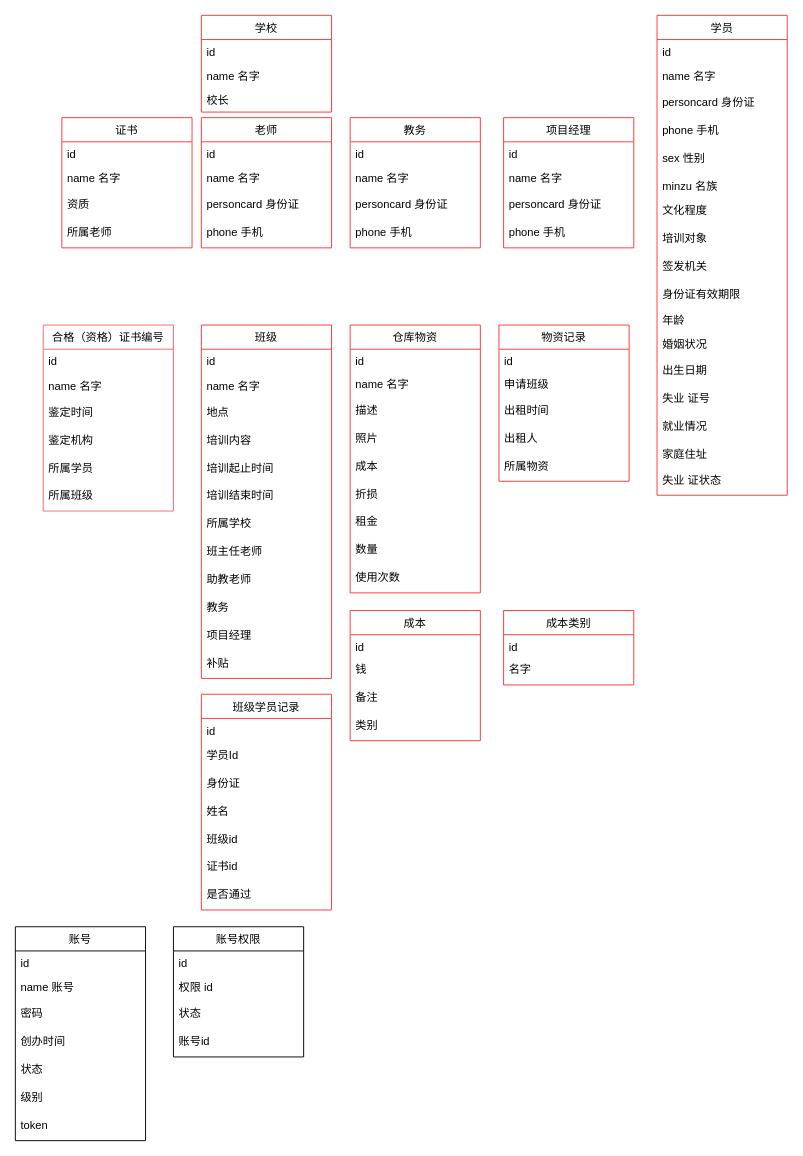
Earlier version of the draw.io diagram 学校数据关系.drawio (ayolyy/draw). Source tidied: cells renumbered, new cells numbered last; positions are measured from the earlier drawing's top-left corner, leaving out a move shared by most shapes. Both pictures are drawn from the tidied source at 93%, with x=0, y=0 at pixel (15, 15).
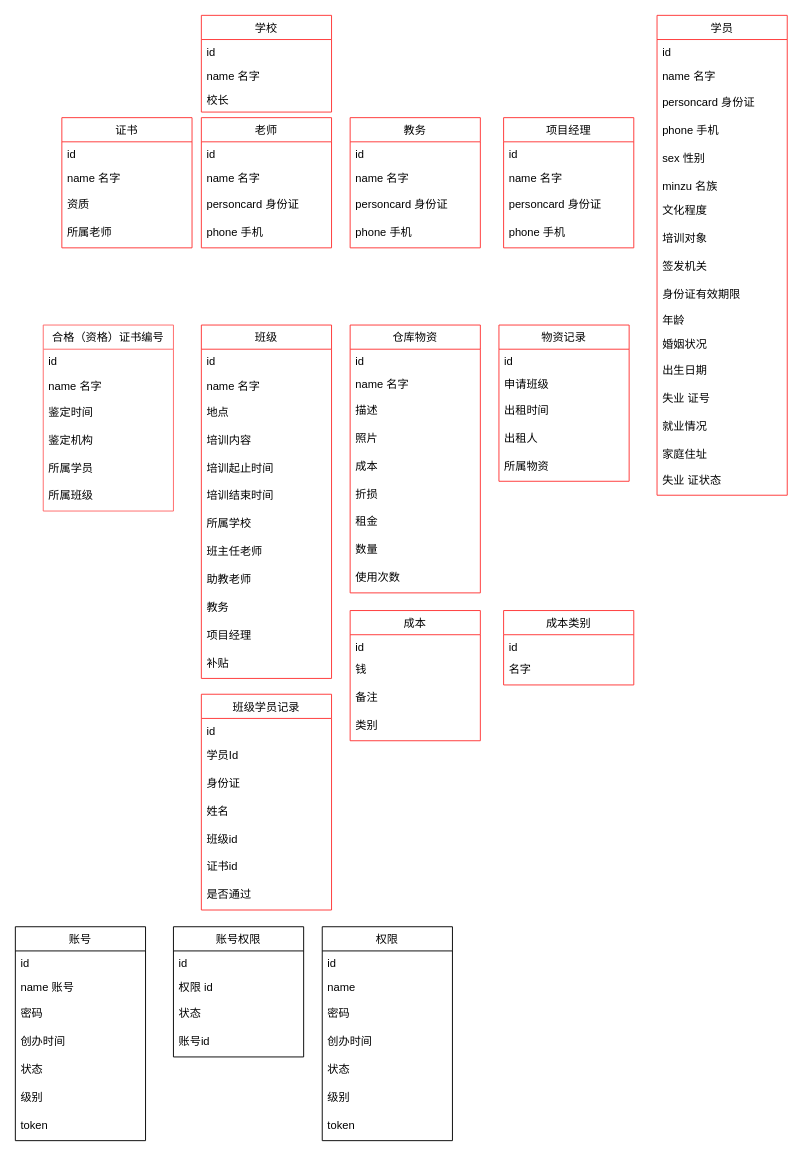
Above is the later version.

Commit message:
更新学校数据关系.drawio

Diff of the diagram source:
```diff
@@
+    <mxCell id="109" value="权限" style="swimlane;fontStyle=0;horizontal=1;startSize=26;fillColor=none;" parent="1" vertex="1">
+      <mxGeometry x="330" y="980" width="140" height="230" as="geometry" />
+    </mxCell>
+    <mxCell id="110" value="id" style="text;strokeColor=none;fillColor=none;align=left;verticalAlign=top;spacingLeft=4;spacingRight=4;overflow=hidden;" parent="109" vertex="1">
+      <mxGeometry y="26" width="140" height="26" as="geometry" />
+    </mxCell>
+    <mxCell id="111" value="name" style="text;strokeColor=none;fillColor=none;align=left;verticalAlign=top;spacingLeft=4;spacingRight=4;overflow=hidden;" parent="109" vertex="1">
+      <mxGeometry y="52" width="140" height="28" as="geometry" />
+    </mxCell>
+    <mxCell id="112" value="密码" style="text;strokeColor=none;fillColor=none;align=left;verticalAlign=top;spacingLeft=4;spacingRight=4;overflow=hidden;" parent="109" vertex="1">
+      <mxGeometry y="80" width="140" height="30" as="geometry" />
+    </mxCell>
+    <mxCell id="113" value="创办时间" style="text;strokeColor=none;fillColor=none;align=left;verticalAlign=top;spacingLeft=4;spacingRight=4;overflow=hidden;" parent="109" vertex="1">
+      <mxGeometry y="110" width="140" height="30" as="geometry" />
+    </mxCell>
+    <mxCell id="114" value="状态" style="text;strokeColor=none;fillColor=none;align=left;verticalAlign=top;spacingLeft=4;spacingRight=4;overflow=hidden;" parent="109" vertex="1">
+      <mxGeometry y="140" width="140" height="30" as="geometry" />
+    </mxCell>
+    <mxCell id="115" value="级别" style="text;strokeColor=none;fillColor=none;align=left;verticalAlign=top;spacingLeft=4;spacingRight=4;overflow=hidden;" parent="109" vertex="1">
+      <mxGeometry y="170" width="140" height="30" as="geometry" />
+    </mxCell>
+    <mxCell id="116" value="token" style="text;strokeColor=none;fillColor=none;align=left;verticalAlign=top;spacingLeft=4;spacingRight=4;overflow=hidden;" parent="109" vertex="1">
+      <mxGeometry y="200" width="140" height="30" as="geometry" />
+    </mxCell>
```
